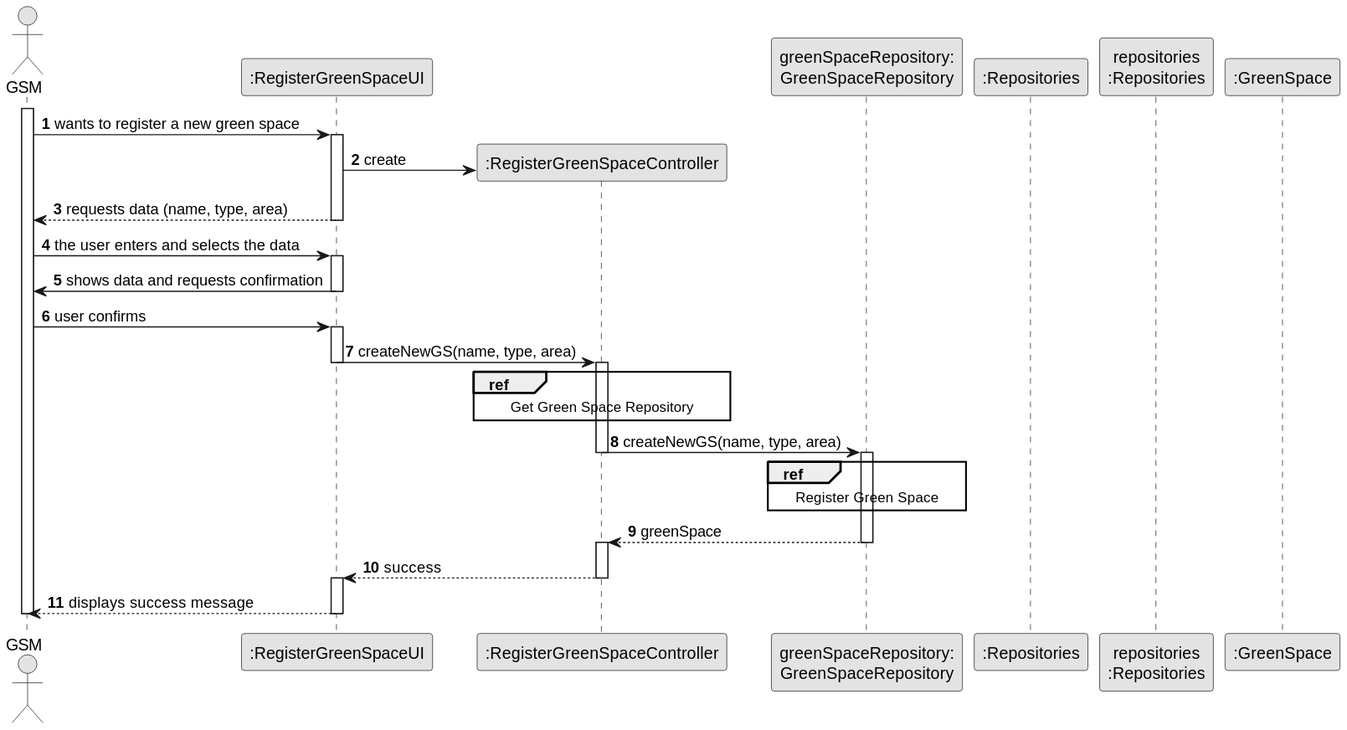
Above: docs/sprintC/us020/03.design/svg/us020-sequence-diagram-split.svg in ricardomm7/leaflink (PlantUML), before the change.
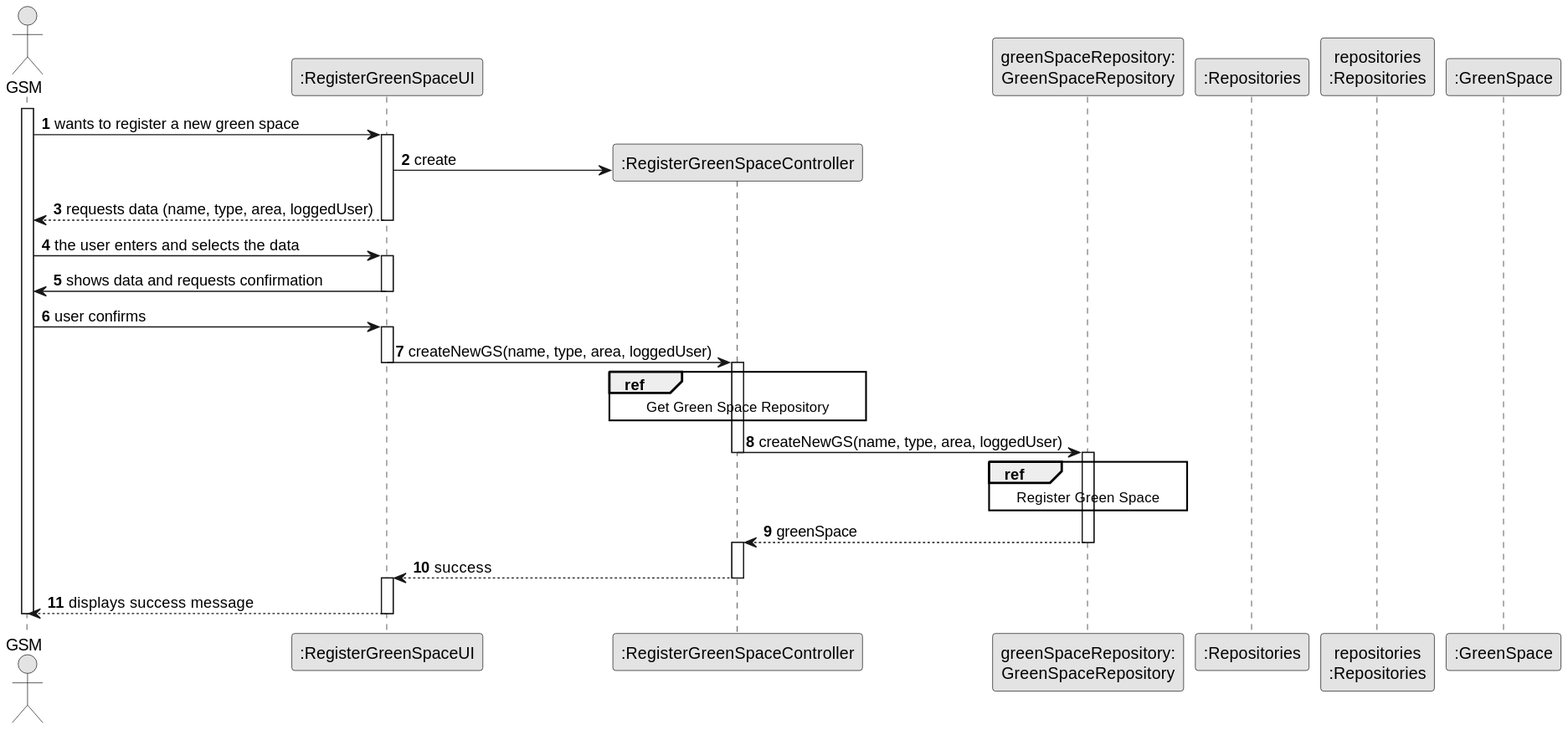
After the change.

Diff of the diagram source:
```diff
@@ -21,7 +21,7 @@
 
         UI -> CTRL** : create
 
-        UI --> GSM : requests data (name, type, area)
+        UI --> GSM : requests data (name, type, area, loggedUser)
         deactivate UI
 GSM -> UI : the user enters and selects the data
 activate UI
@@ -29,13 +29,13 @@
 deactivate UI
 GSM -> UI: user confirms
 activate UI
-UI -> CTRL : createNewGS(name, type, area)
+UI -> CTRL : createNewGS(name, type, area, loggedUser)
 deactivate UI
 activate CTRL
 ref over CTRL
 Get Green Space Repository
 end ref
-CTRL -> gsrepo : createNewGS(name, type, area)
+CTRL -> gsrepo : createNewGS(name, type, area, loggedUser)
 deactivate CTRL
 activate gsrepo
 ref over gsrepo
```
